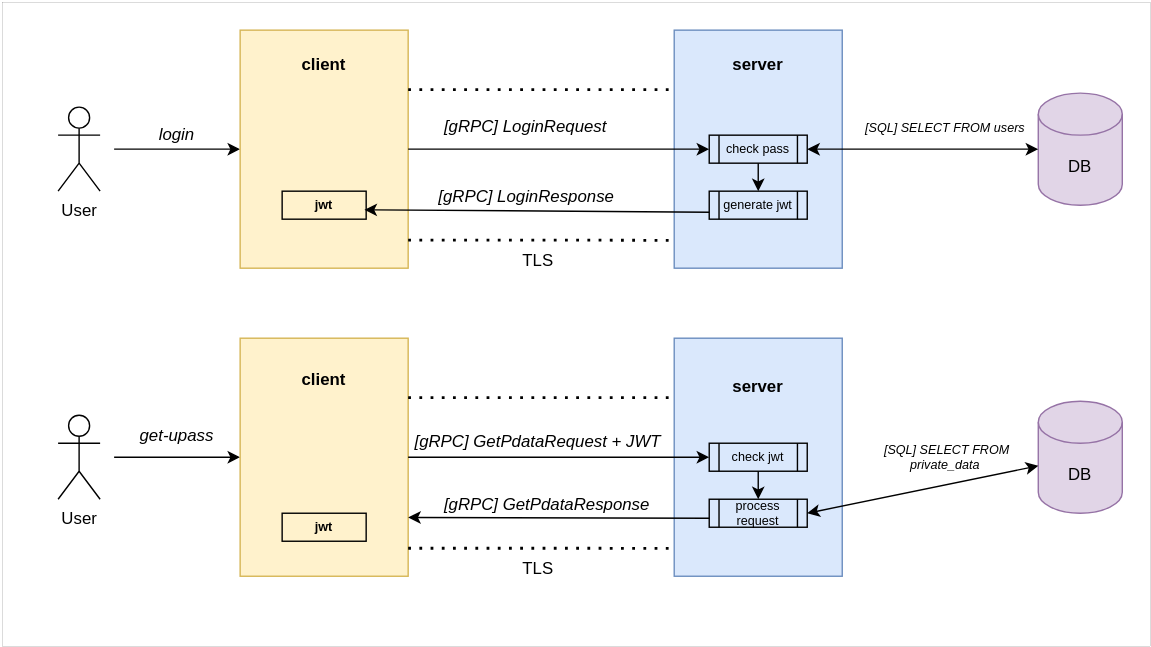
Earlier version of the draw.io export docs/gophkeeper-login.drawio.svg (zklevsha/gophkeeper). Source tidied: cells renumbered, new cells last; positions are measured from the earlier drawing's top-left corner, leaving out a move shared by most shapes.
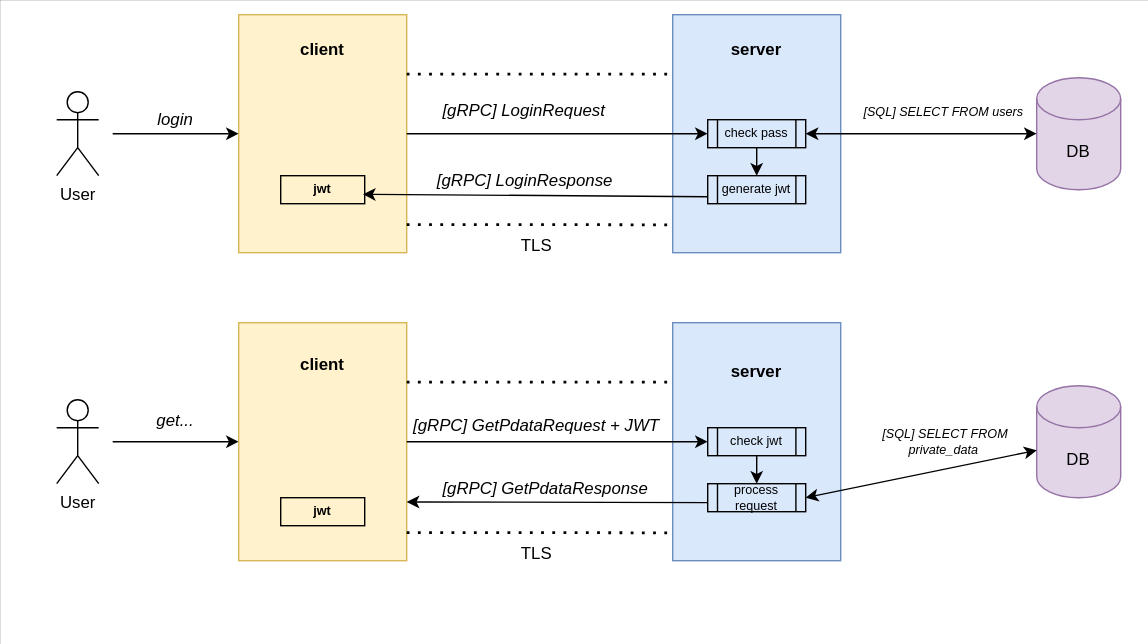
Above is the later version.

What changed in the source:
```diff
@@ -3,7 +3,7 @@
     <mxCell id="0" />
     <mxCell id="1" parent="0" />
     <mxCell id="2" style="rounded=0;whiteSpace=wrap;html=1;fontSize=9;fillColor=none;strokeWidth=0;" parent="1" vertex="1">
-      <mxGeometry width="820" height="460" as="geometry" />
+      <mxGeometry y="10" width="820" height="460" as="geometry" />
     </mxCell>
     <mxCell id="3" value="User" style="shape=umlActor;verticalLabelPosition=bottom;verticalAlign=top;html=1;" parent="1" vertex="1">
       <mxGeometry x="40" y="75" width="30" height="60" as="geometry" />
@@ -86,7 +86,7 @@
     <mxCell id="26" style="rounded=0;whiteSpace=wrap;html=1;fillColor=#fff2cc;strokeColor=#d6b656;" parent="1" vertex="1">
       <mxGeometry x="170" y="240" width="120" height="170" as="geometry" />
     </mxCell>
-    <mxCell id="27" value="&lt;i&gt;get-upass&lt;/i&gt;" style="text;html=1;strokeColor=none;fillColor=none;align=center;verticalAlign=middle;whiteSpace=wrap;rounded=0;" parent="1" vertex="1">
+    <mxCell id="27" value="&lt;i&gt;get...&lt;/i&gt;" style="text;html=1;strokeColor=none;fillColor=none;align=center;verticalAlign=middle;whiteSpace=wrap;rounded=0;" parent="1" vertex="1">
       <mxGeometry x="90" y="300" width="70" height="20" as="geometry" />
     </mxCell>
     <mxCell id="28" value="&lt;b&gt;client&lt;/b&gt;" style="text;html=1;strokeColor=none;fillColor=none;align=center;verticalAlign=middle;whiteSpace=wrap;rounded=0;" parent="1" vertex="1">
```
